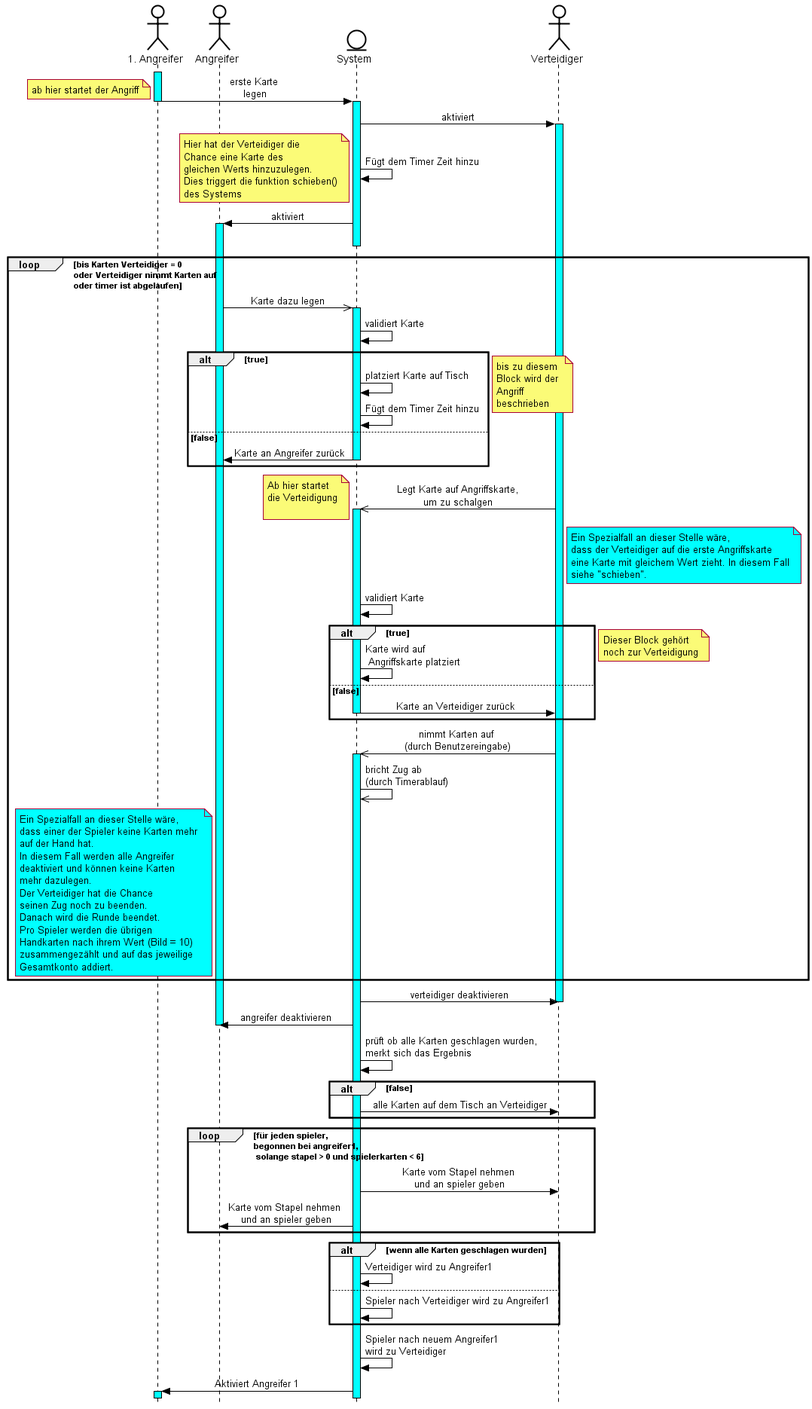
DerLurchi/Durak keeps this PlantUML diagram as Sequenzdiagramm/Durak Zug.png. Above is the earlier version.
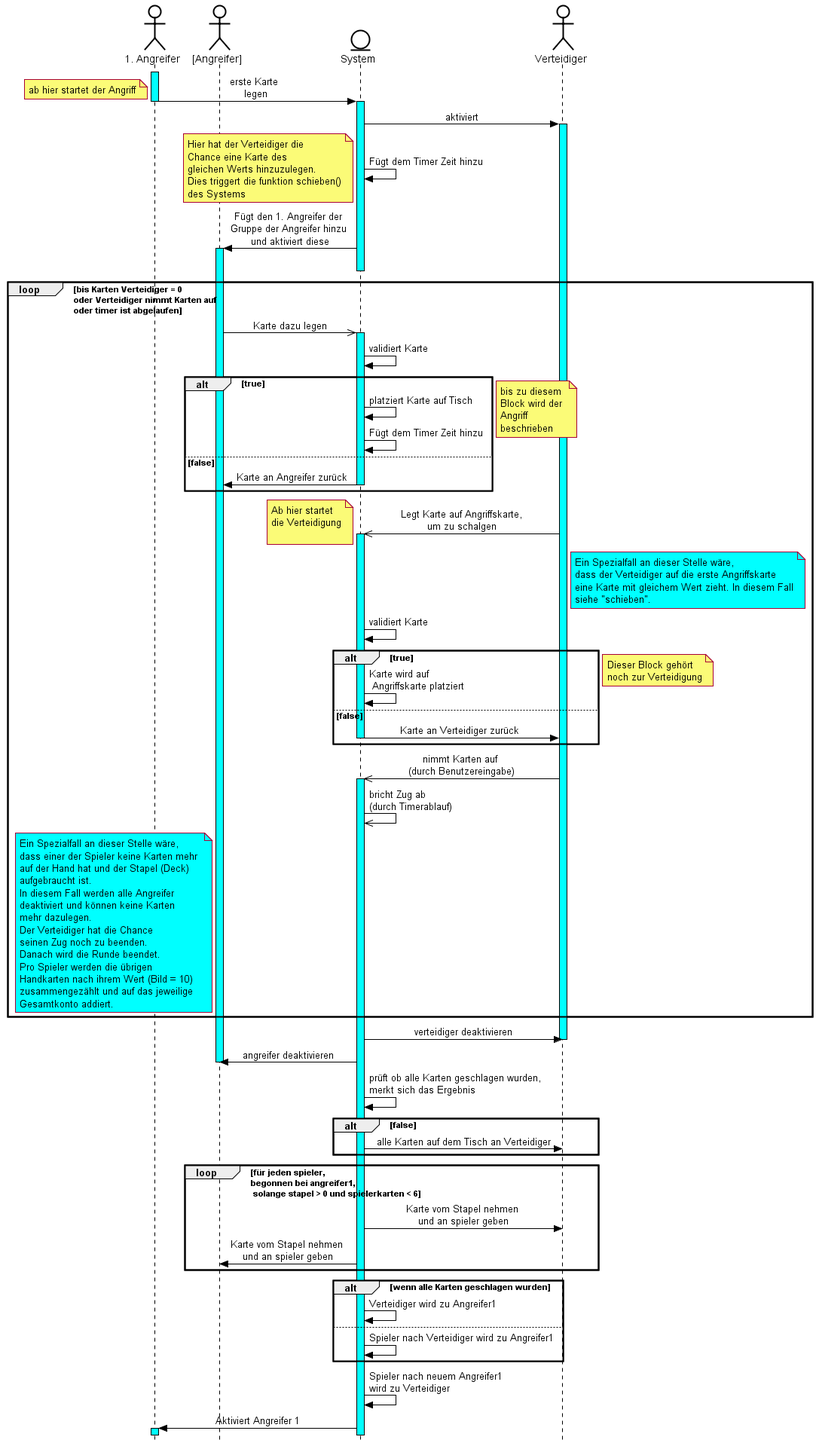
Above is the later version.

Commit message:
1. Angreifer hinzugefügt und angepasst

The edit, as a diff of the source:
```diff
@@ -24,7 +24,7 @@
 
 
 actor "1. Angreifer" as a1
-actor "Angreifer" as a
+actor "[Angreifer]" as a
 entity System as sys
 actor Verteidiger as v
 
@@ -41,7 +41,7 @@
 Dies triggert die funktion schieben()
 des Systems
 end note
-sys -> a ++-- : aktiviert
+sys -> a ++-- : Fügt den 1. Angreifer der \nGruppe der Angreifer hinzu \nund aktiviert diese
 
 loop bis Karten Verteidiger = 0 \noder Verteidiger nimmt Karten auf \noder timer ist abgelaufen
 
@@ -88,7 +88,8 @@
     note left of a #aqua
     Ein Spezialfall an dieser Stelle wäre,
     dass einer der Spieler keine Karten mehr
-    auf der Hand hat.
+    auf der Hand hat und der Stapel (Deck)
+    aufgebraucht ist.
     In diesem Fall werden alle Angreifer
     deaktiviert und können keine Karten
     mehr dazulegen.
```
